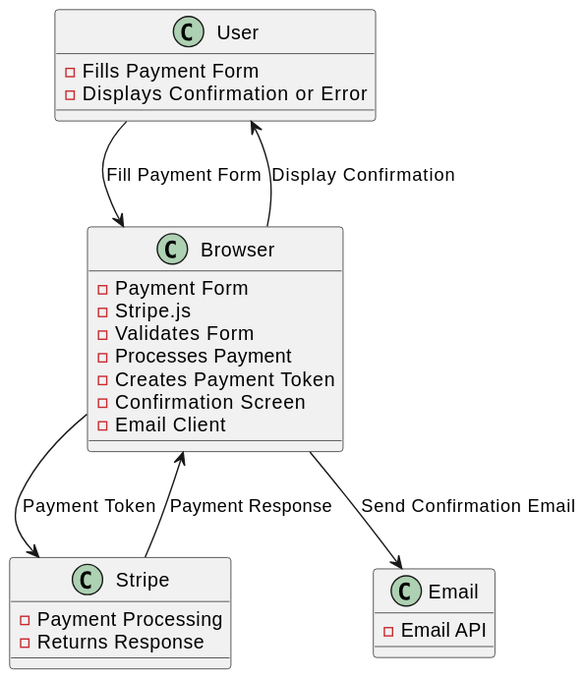
This is docs/browser-data-flow.svg from PaulWheatcroft/payment, a PlantUML export, as it was before one commit.
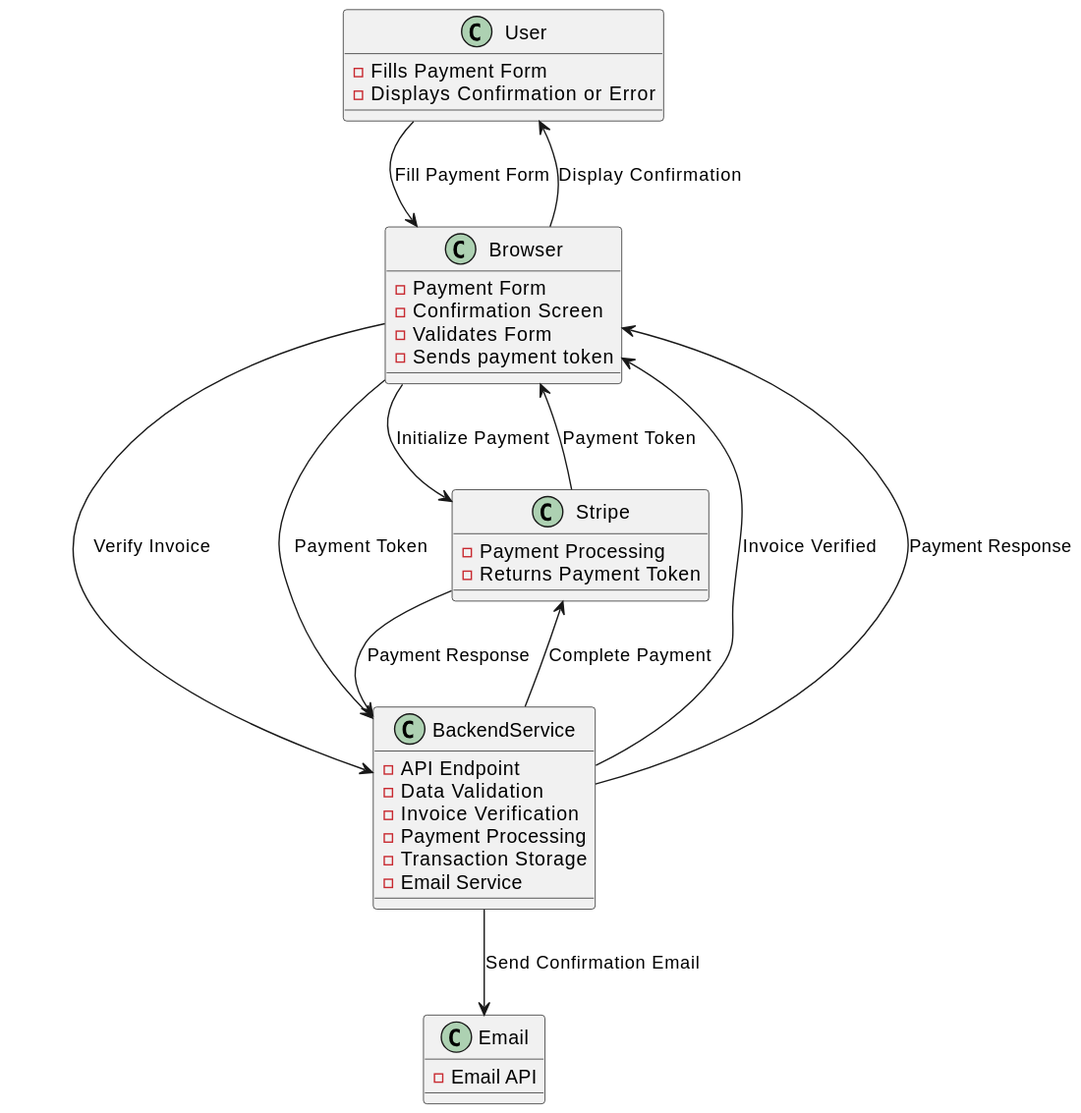
After the change.

Commit message:
Updated data flow diagrams

Change to the diagram source:
```diff
@@ -8,17 +8,23 @@
 
 RECTANGLE Browser {
   - Payment Form
-  - Stripe.js
+  - Confirmation Screen
   - Validates Form
-  - Processes Payment
-  - Creates Payment Token
-  - Confirmation Screen
-  - Email Client
+  - Sends payment token
+}
+
+RECTANGLE BackendService {
+  - API Endpoint
+  - Data Validation
+  - Invoice Verification
+  - Payment Processing
+  - Transaction Storage
+  - Email Service
 }
 
 RECTANGLE Stripe {
   - Payment Processing
-  - Returns Response
+  - Returns Payment Token
 }
 
 RECTANGLE Email {
@@ -26,8 +32,14 @@
 }
 
 User --> Browser : Fill Payment Form
-Browser --> Stripe : Payment Token
-Stripe --> Browser : Payment Response
+Browser --> BackendService : Verify Invoice
+BackendService --> Browser : Invoice Verified
+Browser --> Stripe : Initialize Payment
+Stripe --> Browser : Payment Token
+Browser --> BackendService : Payment Token
+BackendService --> Stripe : Complete Payment
+Stripe --> BackendService : Payment Response
+BackendService --> Browser : Payment Response
 Browser --> User : Display Confirmation
-Browser --> Email : Send Confirmation Email
+BackendService --> Email : Send Confirmation Email
 @enduml
```
